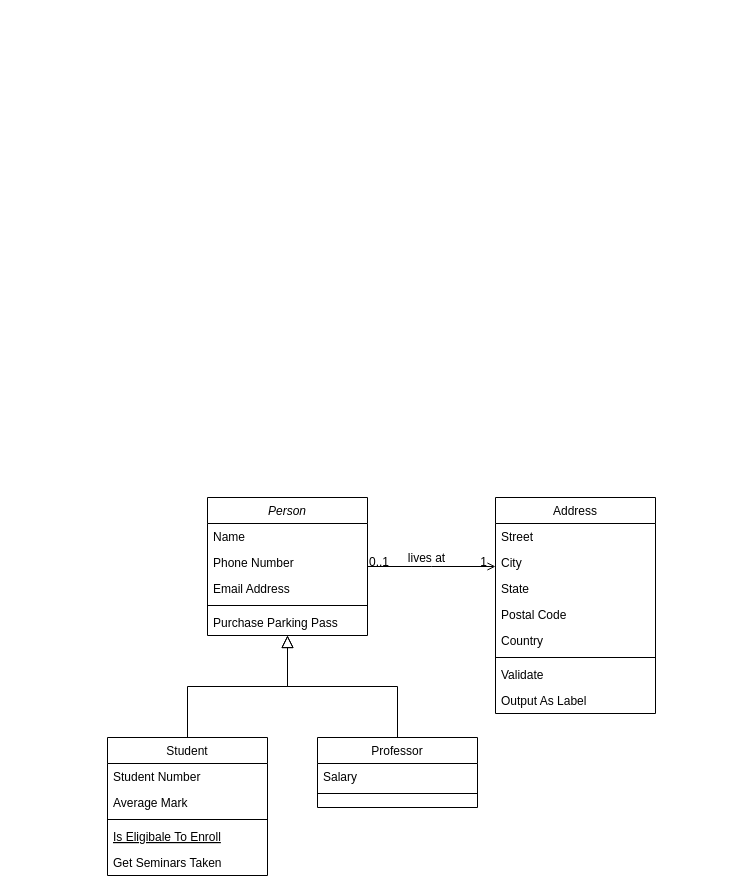
Before: Untitled Diagram.drawio in marina-bozic/s3-terraform, a draw.io diagram. Source tidied: cells renumbered, new cells numbered last; positions are measured from the earlier drawing's top-left corner, leaving out a move shared by most shapes. Both pictures are drawn from the tidied source at 100%, with x=0, y=0 at pixel (107, 497).
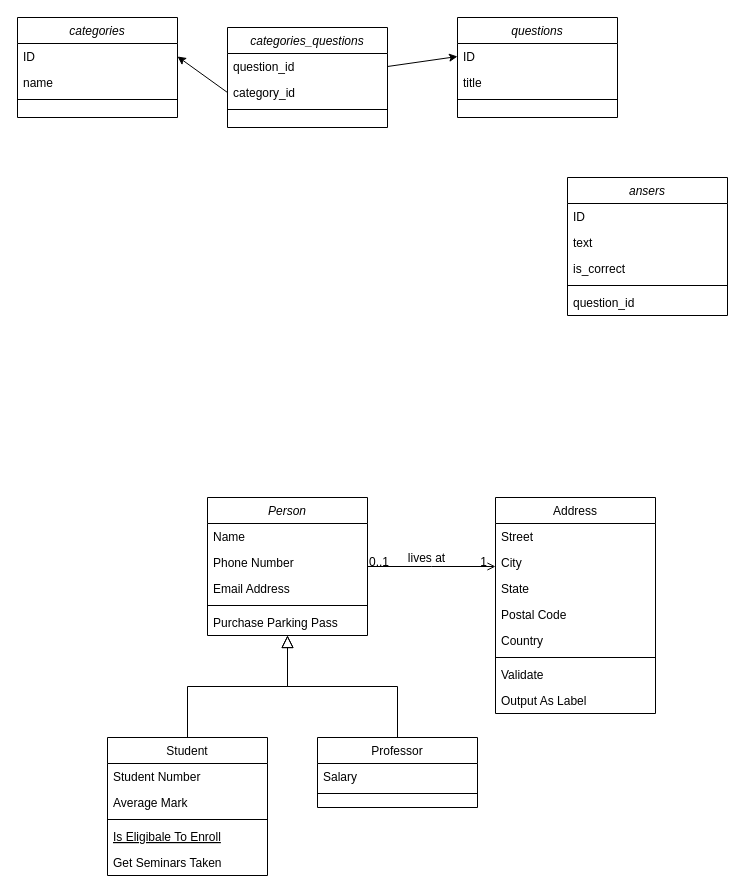
The same diagram, later.

Change to the diagram source:
```diff
@@
+    <mxCell id="32" value="categories" style="swimlane;fontStyle=2;align=center;verticalAlign=top;horizontal=1;startSize=26;rounded=0;shadow=0;strokeWidth=1;" parent="1" vertex="1">
+      <mxGeometry x="-90" y="-480" width="160" height="100" as="geometry" />
+    </mxCell>
+    <mxCell id="33" value="ID" style="text;align=left;verticalAlign=top;spacingLeft=4;spacingRight=4;overflow=hidden;points=[[0,0.5],[1,0.5]];portConstraint=eastwest;" parent="32" vertex="1">
+      <mxGeometry y="26" width="160" height="26" as="geometry" />
+    </mxCell>
+    <mxCell id="34" value="name" style="text;align=left;verticalAlign=top;spacingLeft=4;spacingRight=4;overflow=hidden;rounded=0;shadow=0;html=0;" parent="32" vertex="1">
+      <mxGeometry y="52" width="160" height="26" as="geometry" />
+    </mxCell>
+    <mxCell id="35" style="line;html=1;strokeWidth=1;align=left;verticalAlign=middle;spacingTop=-1;spacingLeft=3;spacingRight=3;labelPosition=right;" parent="32" vertex="1">
+      <mxGeometry y="78" width="160" height="8" as="geometry" />
+    </mxCell>
+    <mxCell id="36" value="questions" style="swimlane;fontStyle=2;align=center;verticalAlign=top;horizontal=1;startSize=26;rounded=0;shadow=0;strokeWidth=1;" parent="1" vertex="1">
+      <mxGeometry x="350" y="-480" width="160" height="100" as="geometry" />
+    </mxCell>
+    <mxCell id="37" value="ID" style="text;align=left;verticalAlign=top;spacingLeft=4;spacingRight=4;overflow=hidden;points=[[0,0.5],[1,0.5]];portConstraint=eastwest;" parent="36" vertex="1">
+      <mxGeometry y="26" width="160" height="26" as="geometry" />
+    </mxCell>
+    <mxCell id="38" value="title" style="text;align=left;verticalAlign=top;spacingLeft=4;spacingRight=4;overflow=hidden;rounded=0;shadow=0;html=0;" parent="36" vertex="1">
+      <mxGeometry y="52" width="160" height="26" as="geometry" />
+    </mxCell>
+    <mxCell id="39" style="line;html=1;strokeWidth=1;align=left;verticalAlign=middle;spacingTop=-1;spacingLeft=3;spacingRight=3;labelPosition=right;" parent="36" vertex="1">
+      <mxGeometry y="78" width="160" height="8" as="geometry" />
+    </mxCell>
+    <mxCell id="40" value="categories_questions" style="swimlane;fontStyle=2;align=center;verticalAlign=top;horizontal=1;startSize=26;rounded=0;shadow=0;strokeWidth=1;" parent="1" vertex="1">
+      <mxGeometry x="120" y="-470" width="160" height="100" as="geometry" />
+    </mxCell>
+    <mxCell id="41" value="question_id" style="text;align=left;verticalAlign=top;spacingLeft=4;spacingRight=4;overflow=hidden;points=[[0,0.5],[1,0.5]];portConstraint=eastwest;" parent="40" vertex="1">
+      <mxGeometry y="26" width="160" height="26" as="geometry" />
+    </mxCell>
+    <mxCell id="42" value="category_id" style="text;align=left;verticalAlign=top;spacingLeft=4;spacingRight=4;overflow=hidden;points=[[0,0.5],[1,0.5]];portConstraint=eastwest;rounded=0;shadow=0;html=0;" parent="40" vertex="1">
+      <mxGeometry y="52" width="160" height="26" as="geometry" />
+    </mxCell>
+    <mxCell id="43" style="line;html=1;strokeWidth=1;align=left;verticalAlign=middle;spacingTop=-1;spacingLeft=3;spacingRight=3;labelPosition=right;" parent="40" vertex="1">
+      <mxGeometry y="78" width="160" height="8" as="geometry" />
+    </mxCell>
+    <mxCell id="44" style="endArrow=classic;html=1;exitX=1;exitY=0.5;exitDx=0;exitDy=0;entryX=0;entryY=0.5;entryDx=0;entryDy=0;" parent="1" edge="1" source="41" target="37">
+      <mxGeometry relative="1" as="geometry" />
+    </mxCell>
+    <mxCell id="45" style="endArrow=classic;html=1;exitX=0;exitY=0.5;exitDx=0;exitDy=0;entryX=1;entryY=0.5;entryDx=0;entryDy=0;" parent="1" edge="1" source="42" target="33">
+      <mxGeometry relative="1" as="geometry" />
+    </mxCell>
+    <mxCell id="46" value="ansers" style="swimlane;fontStyle=2;align=center;verticalAlign=top;horizontal=1;startSize=26;rounded=0;shadow=0;strokeWidth=1;" parent="1" vertex="1">
+      <mxGeometry x="460" y="-320" width="160" height="138" as="geometry" />
+    </mxCell>
+    <mxCell id="47" value="ID" style="text;align=left;verticalAlign=top;spacingLeft=4;spacingRight=4;overflow=hidden;" parent="46" vertex="1">
+      <mxGeometry y="26" width="160" height="26" as="geometry" />
+    </mxCell>
+    <mxCell id="48" value="text" style="text;align=left;verticalAlign=top;spacingLeft=4;spacingRight=4;overflow=hidden;rounded=0;shadow=0;html=0;" parent="46" vertex="1">
+      <mxGeometry y="52" width="160" height="26" as="geometry" />
+    </mxCell>
+    <mxCell id="49" value="is_correct" style="text;align=left;verticalAlign=top;spacingLeft=4;spacingRight=4;overflow=hidden;rounded=0;shadow=0;html=0;" parent="46" vertex="1">
+      <mxGeometry y="78" width="160" height="26" as="geometry" />
+    </mxCell>
+    <mxCell id="50" style="line;html=1;strokeWidth=1;align=left;verticalAlign=middle;spacingTop=-1;spacingLeft=3;spacingRight=3;labelPosition=right;" parent="46" vertex="1">
+      <mxGeometry y="104" width="160" height="8" as="geometry" />
+    </mxCell>
+    <mxCell id="51" value="question_id" style="text;align=left;verticalAlign=top;spacingLeft=4;spacingRight=4;overflow=hidden;" parent="46" vertex="1">
+      <mxGeometry y="112" width="160" height="26" as="geometry" />
+    </mxCell>
```
